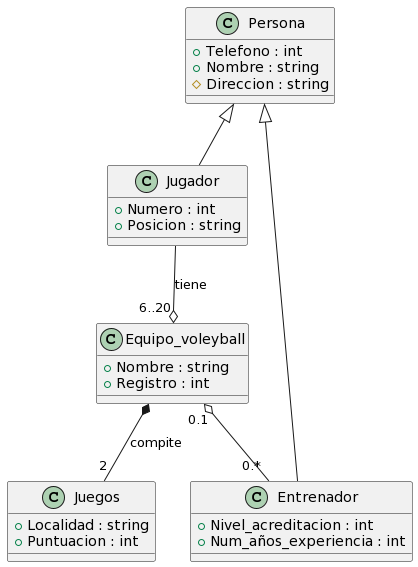
Earlier version of the PlantUML export out/docs/diagrams/Reto04-clases/Reto04-clases.png (ValCicco/IS-022023). Source of this version:
```plantuml
@startuml
class Equipo_voleyball{
    + Nombre : string
    + Registro : int
}
class Persona{
    + Telefono : int
    + Nombre : string
    # Direccion : string
}
class Entrenador{
    + Nivel_acreditacion : int
    + Num_años_experiencia : int

}
class Jugador{
    + Numero : int
    + Posicion : string

}
class Juegos{
    + Localidad : string
    + Puntuacion : int

}
Equipo_voleyball "0.1" o-- "0.*" Entrenador
Equipo_voleyball "6..20" o-up- Jugador : tiene
Persona <|-- Entrenador
Persona <|-- Jugador
Equipo_voleyball *-- "2" Juegos : compite
@enduml
```
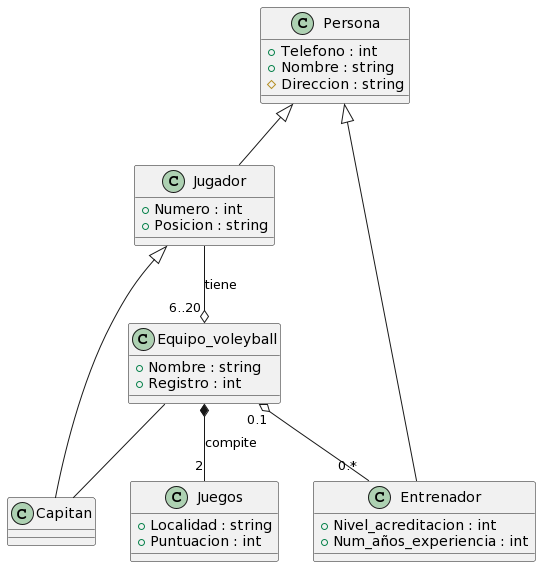
The same diagram one commit later.

Diff of the diagram source:
```diff
@@ -23,9 +23,14 @@
     + Puntuacion : int
 
 }
+class Capitan{
+
+}
 Equipo_voleyball "0.1" o-- "0.*" Entrenador
 Equipo_voleyball "6..20" o-up- Jugador : tiene
 Persona <|-- Entrenador
 Persona <|-- Jugador
 Equipo_voleyball *-- "2" Juegos : compite
+Jugador <|-- Capitan
+Equipo_voleyball -- Capitan
 @enduml
```
